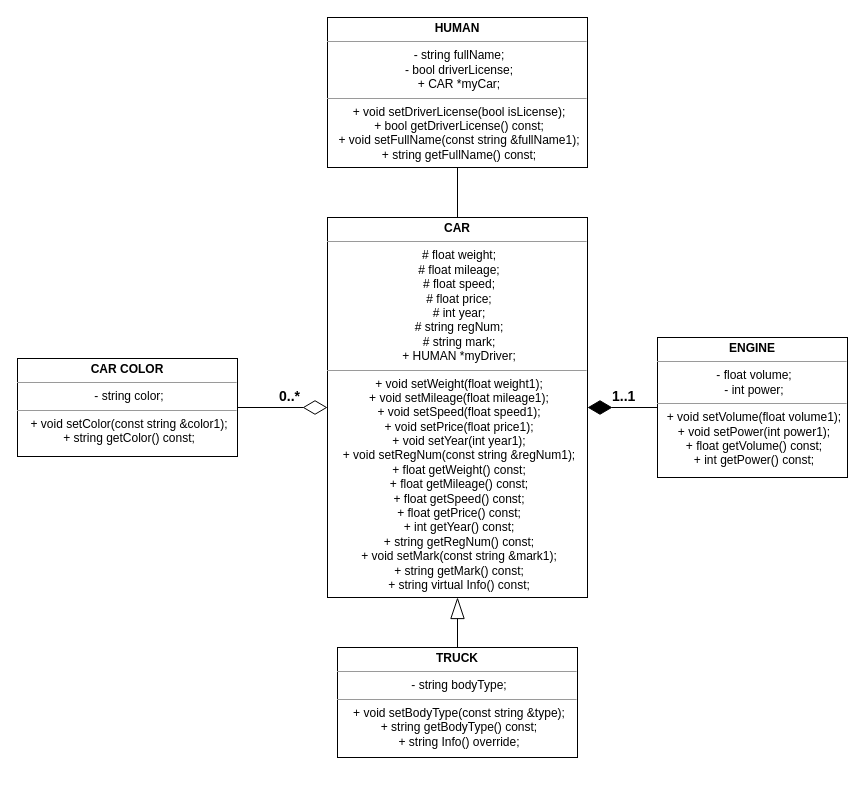
Before: Laba5(6) Relationship/UML.drawio in LevasyukDY/OOP, a draw.io diagram. Source tidied: cells renumbered, new cells numbered last; positions are measured from the earlier drawing's top-left corner, leaving out a move shared by most shapes. Both pictures are drawn from the tidied source at 100%, with x=0, y=0 at pixel (17, 17).
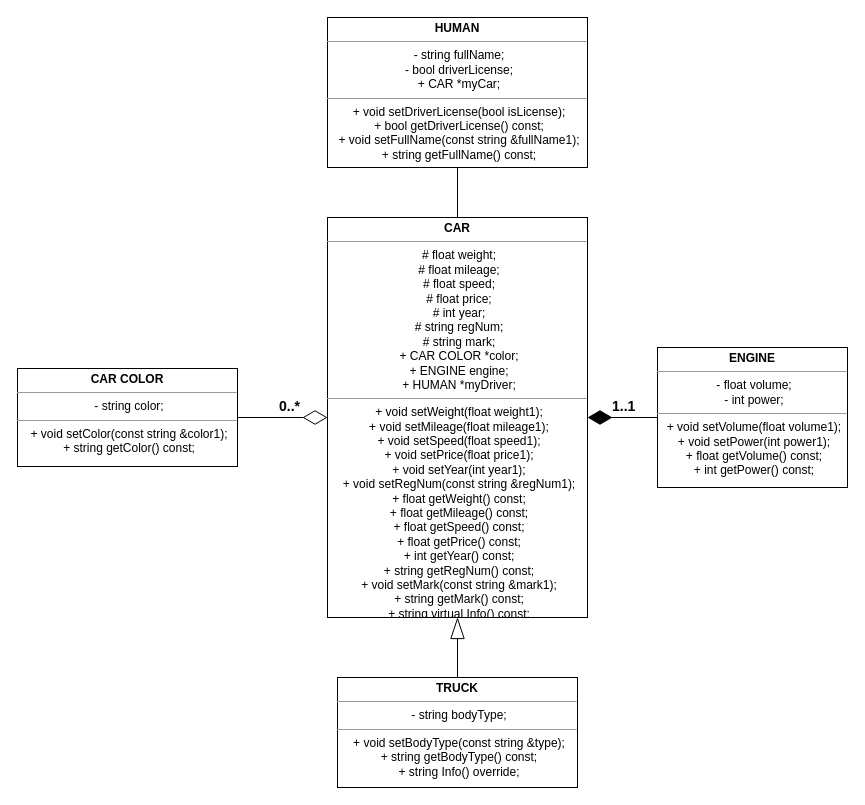
After the change.

Change to the diagram source:
```diff
@@
 <mxGraphModel>
   <root>
     <mxCell id="0" />
     <mxCell id="1" parent="0" />
-    <mxCell id="2" value="&lt;p style=&quot;margin: 4px 0px 0px&quot;&gt;&lt;b&gt;CAR&lt;/b&gt;&lt;/p&gt;&lt;hr size=&quot;1&quot;&gt;&lt;p style=&quot;margin: 0px ; margin-left: 4px&quot;&gt;# float weight&lt;span&gt;;&lt;/span&gt;&lt;/p&gt;&lt;p style=&quot;margin: 0px ; margin-left: 4px&quot;&gt;# float&amp;nbsp;mileage;&lt;/p&gt;&lt;p style=&quot;margin: 0px ; margin-left: 4px&quot;&gt;# float speed;&lt;/p&gt;&lt;p style=&quot;margin: 0px ; margin-left: 4px&quot;&gt;# float price;&lt;/p&gt;&lt;p style=&quot;margin: 0px ; margin-left: 4px&quot;&gt;# int&amp;nbsp;year;&lt;/p&gt;&lt;p style=&quot;margin: 0px ; margin-left: 4px&quot;&gt;# string regNum;&lt;/p&gt;&lt;p style=&quot;margin: 0px ; margin-left: 4px&quot;&gt;# string mark;&lt;/p&gt;&lt;p style=&quot;margin: 0px ; margin-left: 4px&quot;&gt;+ HUMAN *myDriver;&lt;/p&gt;&lt;hr size=&quot;1&quot;&gt;&lt;p style=&quot;margin: 0px ; margin-left: 4px&quot;&gt;+ void setWeight(float weight1);&lt;/p&gt;&lt;p style=&quot;margin: 0px ; margin-left: 4px&quot;&gt;+ void setMileage(float mileage1);&lt;/p&gt;&lt;p style=&quot;margin: 0px ; margin-left: 4px&quot;&gt;+ void setSpeed(float speed1);&lt;/p&gt;&lt;p style=&quot;margin: 0px ; margin-left: 4px&quot;&gt;+ void setPrice(float price1);&lt;/p&gt;&lt;p style=&quot;margin: 0px ; margin-left: 4px&quot;&gt;+ void setYear(int year1);&lt;/p&gt;&lt;p style=&quot;margin: 0px ; margin-left: 4px&quot;&gt;+ void setRegNum(const string &amp;amp;regNum1);&lt;/p&gt;&lt;p style=&quot;margin: 0px ; margin-left: 4px&quot;&gt;+ float getWeight() const;&lt;/p&gt;&lt;p style=&quot;margin: 0px ; margin-left: 4px&quot;&gt;+ float getMileage() const;&lt;br&gt;&lt;/p&gt;&lt;p style=&quot;margin: 0px ; margin-left: 4px&quot;&gt;+ float getSpeed() const;&lt;br&gt;&lt;/p&gt;&lt;p style=&quot;margin: 0px ; margin-left: 4px&quot;&gt;+ float getPrice() const;&lt;br&gt;&lt;/p&gt;&lt;p style=&quot;margin: 0px ; margin-left: 4px&quot;&gt;+ int getYear() const;&lt;br&gt;&lt;/p&gt;&lt;p style=&quot;margin: 0px ; margin-left: 4px&quot;&gt;+ string getRegNum() const;&lt;br&gt;&lt;/p&gt;&lt;p style=&quot;margin: 0px 0px 0px 4px&quot;&gt;+ void setMark(const string &amp;amp;mark1);&lt;/p&gt;&lt;p style=&quot;margin: 0px 0px 0px 4px&quot;&gt;+ string getMark() const;&lt;/p&gt;&lt;p style=&quot;margin: 0px ; margin-left: 4px&quot;&gt;+ string virtual Info() const;&lt;/p&gt;" style="verticalAlign=top;align=center;overflow=fill;fontSize=12;fontFamily=Helvetica;html=1;" parent="1" vertex="1">
-      <mxGeometry x="310" y="200" width="260" height="380" as="geometry" />
+    <mxCell id="2" value="&lt;p style=&quot;margin: 4px 0px 0px&quot;&gt;&lt;b&gt;CAR&lt;/b&gt;&lt;/p&gt;&lt;hr size=&quot;1&quot;&gt;&lt;p style=&quot;margin: 0px ; margin-left: 4px&quot;&gt;# float weight&lt;span&gt;;&lt;/span&gt;&lt;/p&gt;&lt;p style=&quot;margin: 0px ; margin-left: 4px&quot;&gt;# float&amp;nbsp;mileage;&lt;/p&gt;&lt;p style=&quot;margin: 0px ; margin-left: 4px&quot;&gt;# float speed;&lt;/p&gt;&lt;p style=&quot;margin: 0px ; margin-left: 4px&quot;&gt;# float price;&lt;/p&gt;&lt;p style=&quot;margin: 0px ; margin-left: 4px&quot;&gt;# int&amp;nbsp;year;&lt;/p&gt;&lt;p style=&quot;margin: 0px ; margin-left: 4px&quot;&gt;# string regNum;&lt;/p&gt;&lt;p style=&quot;margin: 0px ; margin-left: 4px&quot;&gt;# string mark;&lt;/p&gt;&lt;p style=&quot;margin: 0px ; margin-left: 4px&quot;&gt;+ CAR COLOR *color;&lt;/p&gt;&lt;p style=&quot;margin: 0px ; margin-left: 4px&quot;&gt;+ ENGINE engine;&lt;/p&gt;&lt;p style=&quot;margin: 0px ; margin-left: 4px&quot;&gt;+ HUMAN *myDriver;&lt;/p&gt;&lt;hr size=&quot;1&quot;&gt;&lt;p style=&quot;margin: 0px ; margin-left: 4px&quot;&gt;+ void setWeight(float weight1);&lt;/p&gt;&lt;p style=&quot;margin: 0px ; margin-left: 4px&quot;&gt;+ void setMileage(float mileage1);&lt;/p&gt;&lt;p style=&quot;margin: 0px ; margin-left: 4px&quot;&gt;+ void setSpeed(float speed1);&lt;/p&gt;&lt;p style=&quot;margin: 0px ; margin-left: 4px&quot;&gt;+ void setPrice(float price1);&lt;/p&gt;&lt;p style=&quot;margin: 0px ; margin-left: 4px&quot;&gt;+ void setYear(int year1);&lt;/p&gt;&lt;p style=&quot;margin: 0px ; margin-left: 4px&quot;&gt;+ void setRegNum(const string &amp;amp;regNum1);&lt;/p&gt;&lt;p style=&quot;margin: 0px ; margin-left: 4px&quot;&gt;+ float getWeight() const;&lt;/p&gt;&lt;p style=&quot;margin: 0px ; margin-left: 4px&quot;&gt;+ float getMileage() const;&lt;br&gt;&lt;/p&gt;&lt;p style=&quot;margin: 0px ; margin-left: 4px&quot;&gt;+ float getSpeed() const;&lt;br&gt;&lt;/p&gt;&lt;p style=&quot;margin: 0px ; margin-left: 4px&quot;&gt;+ float getPrice() const;&lt;br&gt;&lt;/p&gt;&lt;p style=&quot;margin: 0px ; margin-left: 4px&quot;&gt;+ int getYear() const;&lt;br&gt;&lt;/p&gt;&lt;p style=&quot;margin: 0px ; margin-left: 4px&quot;&gt;+ string getRegNum() const;&lt;br&gt;&lt;/p&gt;&lt;p style=&quot;margin: 0px 0px 0px 4px&quot;&gt;+ void setMark(const string &amp;amp;mark1);&lt;/p&gt;&lt;p style=&quot;margin: 0px 0px 0px 4px&quot;&gt;+ string getMark() const;&lt;/p&gt;&lt;p style=&quot;margin: 0px ; margin-left: 4px&quot;&gt;+ string virtual Info() const;&lt;/p&gt;" style="verticalAlign=top;align=center;overflow=fill;fontSize=12;fontFamily=Helvetica;html=1;" parent="1" vertex="1">
+      <mxGeometry x="310" y="200" width="260" height="400" as="geometry" />
     </mxCell>
     <mxCell id="3" value="&lt;p style=&quot;margin: 4px 0px 0px&quot;&gt;&lt;b&gt;ENGINE&lt;/b&gt;&lt;/p&gt;&lt;hr size=&quot;1&quot;&gt;&lt;p style=&quot;margin: 0px ; margin-left: 4px&quot;&gt;- float volume;&lt;/p&gt;&lt;p style=&quot;margin: 0px ; margin-left: 4px&quot;&gt;- int power;&lt;/p&gt;&lt;hr size=&quot;1&quot;&gt;&lt;p style=&quot;margin: 0px ; margin-left: 4px&quot;&gt;+ void setVolume(float volume1);&lt;/p&gt;&lt;p style=&quot;margin: 0px ; margin-left: 4px&quot;&gt;+ void setPower(int power1);&lt;/p&gt;&lt;p style=&quot;margin: 0px ; margin-left: 4px&quot;&gt;+ float getVolume() const;&lt;/p&gt;&lt;p style=&quot;margin: 0px ; margin-left: 4px&quot;&gt;+ int getPower() const;&lt;/p&gt;" style="verticalAlign=top;align=center;overflow=fill;fontSize=12;fontFamily=Helvetica;html=1;" parent="1" vertex="1">
-      <mxGeometry x="640" y="320" width="190" height="140" as="geometry" />
+      <mxGeometry x="640" y="330" width="190" height="140" as="geometry" />
     </mxCell>
     <mxCell id="4" style="edgeStyle=orthogonalEdgeStyle;rounded=0;jettySize=auto;html=1;entryX=0.5;entryY=0;entryDx=0;entryDy=0;startArrow=none;startFill=0;startSize=22;endArrow=none;endFill=0;endSize=19;strokeWidth=1;fontSize=14;" parent="1" edge="1" source="5" target="2">
       <mxGeometry relative="1" as="geometry" />
     </mxCell>
     <mxCell id="5" value="&lt;p style=&quot;margin: 4px 0px 0px&quot;&gt;&lt;b&gt;HUMAN&lt;/b&gt;&lt;/p&gt;&lt;hr size=&quot;1&quot;&gt;&lt;p style=&quot;margin: 0px ; margin-left: 4px&quot;&gt;- string fullName;&lt;/p&gt;&lt;p style=&quot;margin: 0px ; margin-left: 4px&quot;&gt;- bool&amp;nbsp;driverLicense;&lt;/p&gt;&lt;p style=&quot;margin: 0px ; margin-left: 4px&quot;&gt;+ CAR *myCar;&lt;/p&gt;&lt;hr size=&quot;1&quot;&gt;&lt;p style=&quot;margin: 0px ; margin-left: 4px&quot;&gt;+ void setDriverLicense(bool isLicense);&lt;/p&gt;&lt;p style=&quot;margin: 0px ; margin-left: 4px&quot;&gt;+ bool getDriverLicense() const;&lt;br&gt;&lt;/p&gt;&lt;p style=&quot;margin: 0px 0px 0px 4px&quot;&gt;+ void setFullName(const string &amp;amp;fullName1);&lt;/p&gt;&lt;p style=&quot;margin: 0px 0px 0px 4px&quot;&gt;+ string getFullName() const;&lt;/p&gt;" style="verticalAlign=top;align=center;overflow=fill;fontSize=12;fontFamily=Helvetica;html=1;" parent="1" vertex="1">
       <mxGeometry x="310" width="260" height="150" as="geometry" />
     </mxCell>
     <mxCell id="6" value="&lt;p style=&quot;margin: 4px 0px 0px&quot;&gt;&lt;b&gt;CAR COLOR&lt;/b&gt;&lt;/p&gt;&lt;hr size=&quot;1&quot;&gt;&lt;p style=&quot;margin: 0px ; margin-left: 4px&quot;&gt;- string color;&lt;/p&gt;&lt;hr size=&quot;1&quot;&gt;&lt;p style=&quot;margin: 0px ; margin-left: 4px&quot;&gt;+ void setColor(const string &amp;amp;color1);&lt;/p&gt;&lt;p style=&quot;margin: 0px ; margin-left: 4px&quot;&gt;+ string getColor() const;&lt;/p&gt;" style="verticalAlign=top;align=center;overflow=fill;fontSize=12;fontFamily=Helvetica;html=1;" parent="1" vertex="1">
-      <mxGeometry y="341" width="220" height="98" as="geometry" />
+      <mxGeometry y="351" width="220" height="98" as="geometry" />
     </mxCell>
     <mxCell id="7" style="edgeStyle=orthogonalEdgeStyle;rounded=0;jettySize=auto;html=1;entryX=0.5;entryY=1;entryDx=0;entryDy=0;startSize=22;endArrow=blockThin;endFill=0;endSize=19;strokeWidth=1;fontSize=14;" parent="1" edge="1" source="8" target="2">
       <mxGeometry relative="1" as="geometry" />
     </mxCell>
     <mxCell id="8" value="&lt;p style=&quot;margin: 4px 0px 0px&quot;&gt;&lt;b&gt;TRUCK&lt;/b&gt;&lt;/p&gt;&lt;hr size=&quot;1&quot;&gt;&lt;p style=&quot;margin: 0px ; margin-left: 4px&quot;&gt;- string bodyType;&lt;/p&gt;&lt;hr size=&quot;1&quot;&gt;&lt;p style=&quot;margin: 0px ; margin-left: 4px&quot;&gt;+ void setBodyType(const string &amp;amp;type);&lt;/p&gt;&lt;p style=&quot;margin: 0px ; margin-left: 4px&quot;&gt;+ string getBodyType() const;&lt;/p&gt;&lt;p style=&quot;margin: 0px ; margin-left: 4px&quot;&gt;+ string Info() override;&lt;br&gt;&lt;/p&gt;" style="verticalAlign=top;align=center;overflow=fill;fontSize=12;fontFamily=Helvetica;html=1;" parent="1" vertex="1">
-      <mxGeometry x="320" y="630" width="240" height="110" as="geometry" />
+      <mxGeometry x="320" y="660" width="240" height="110" as="geometry" />
     </mxCell>
     <mxCell id="9" value="1..1" style="endArrow=none;html=1;endSize=12;startArrow=diamondThin;startSize=22;startFill=1;edgeStyle=orthogonalEdgeStyle;align=left;verticalAlign=bottom;entryX=0;entryY=0.5;entryDx=0;entryDy=0;endFill=0;strokeWidth=1;fontSize=14;fontStyle=1;exitX=1;exitY=0.5;exitDx=0;exitDy=0;rounded=0;" parent="1" edge="1" source="2" target="3">
       <mxGeometry x="-0.34" relative="1" as="geometry" />
     </mxCell>
     <mxCell id="10" value="0..*" style="endArrow=none;html=1;endSize=12;startArrow=diamondThin;startSize=22;startFill=0;edgeStyle=orthogonalEdgeStyle;align=left;verticalAlign=bottom;exitX=0;exitY=0.5;exitDx=0;exitDy=0;entryX=1;entryY=0.5;entryDx=0;entryDy=0;endFill=0;rounded=0;fontSize=14;fontStyle=1;" parent="1" edge="1" source="2" target="6">
       <mxGeometry x="0.11" relative="1" as="geometry" />
     </mxCell>
   </root>
 </mxGraphModel>
```
